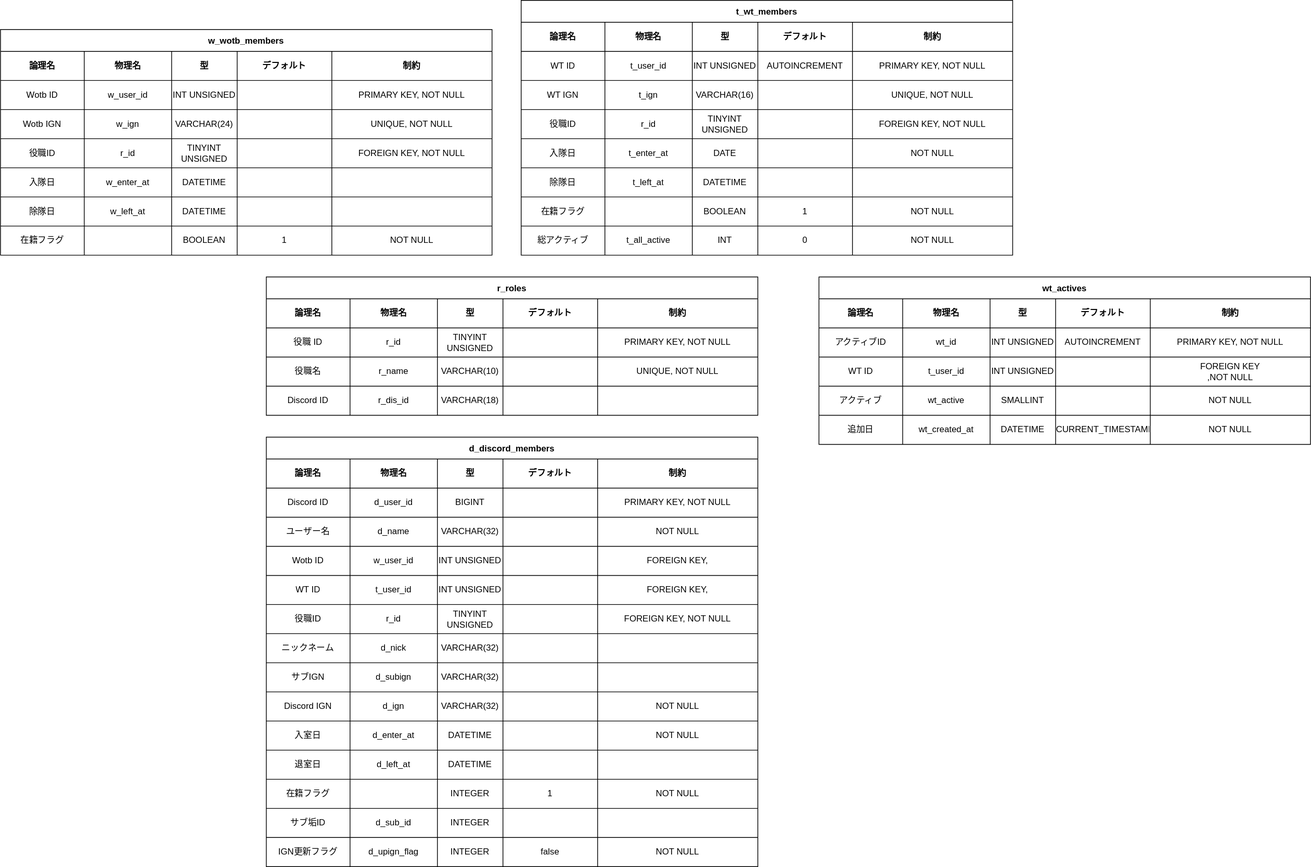
The draw.io diagram doc/DB-Butsuri.drawio.svg in otazero/ClanManagementDiscordBot, before a commit. Source tidied: cells renumbered, new cells last; positions are measured from the earlier drawing's top-left corner, leaving out a move shared by most shapes.
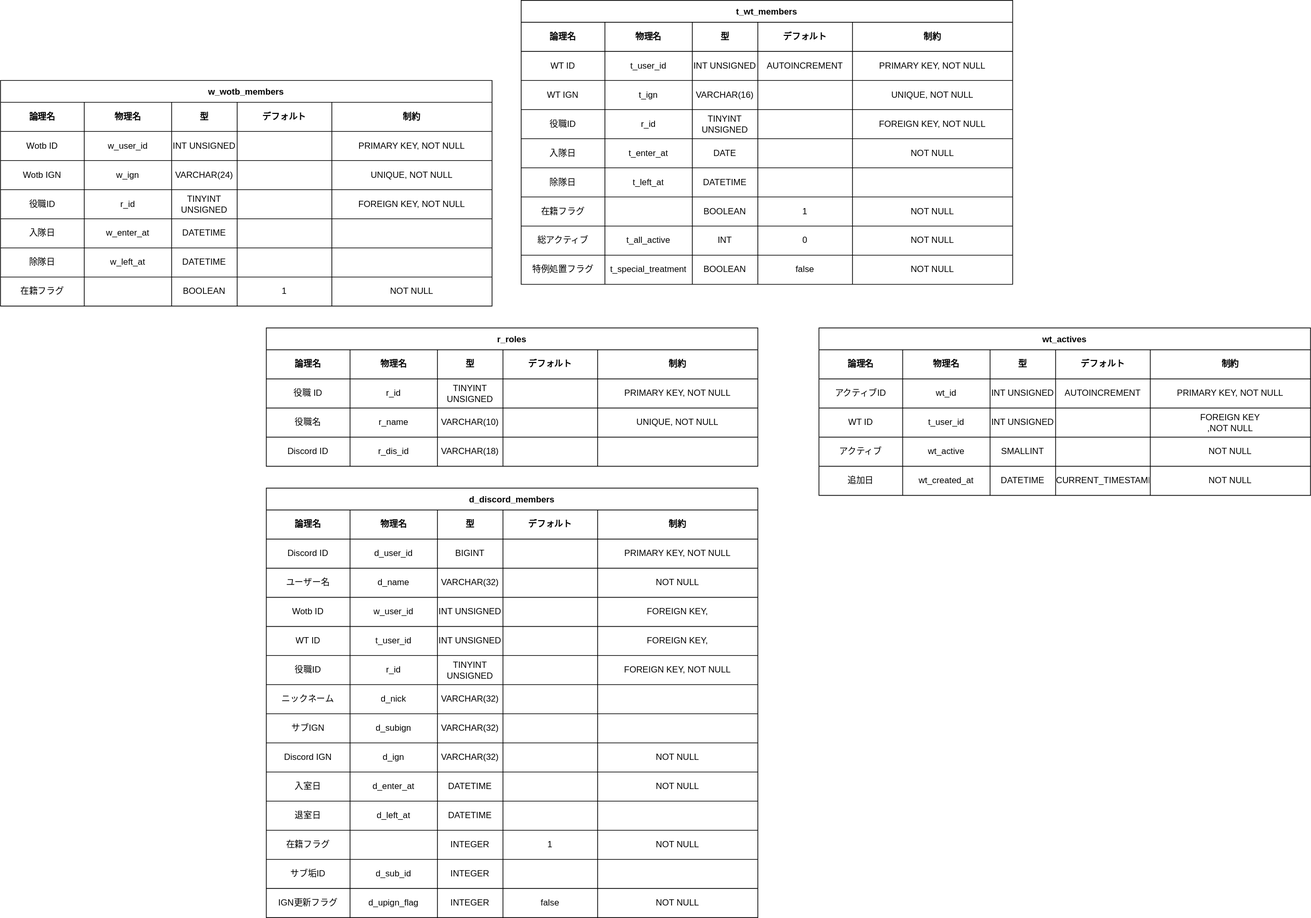
After the commit.

Commit message:
特例処置カラム追加

What changed in the source:
```diff
@@ -147,7 +147,7 @@
       <mxGeometry y="230" width="115" height="40" as="geometry" />
     </mxCell>
     <mxCell id="50" value="t_wt_members" style="shape=table;startSize=30;fontStyle=1;align=center;" parent="1" vertex="1">
-      <mxGeometry x="715" width="675" height="350" as="geometry" />
+      <mxGeometry x="715" y="-70" width="675" height="390" as="geometry" />
     </mxCell>
     <mxCell id="51" style="shape=partialRectangle;html=1;whiteSpace=wrap;fillColor=none;top=0;left=0;bottom=0;right=0;" parent="50" vertex="1">
       <mxGeometry y="30" width="675" height="40" as="geometry" />
@@ -293,6 +293,24 @@
     <mxCell id="98" value="NOT NULL" style="shape=partialRectangle;html=1;whiteSpace=wrap;fillColor=none;top=0;left=0;bottom=0;right=0;overflow=hidden;" parent="93" vertex="1">
       <mxGeometry x="455" width="220" height="40" as="geometry" />
     </mxCell>
+    <mxCell id="240" style="shape=partialRectangle;html=1;whiteSpace=wrap;fillColor=none;top=0;left=0;bottom=0;right=0;" parent="50" vertex="1">
+      <mxGeometry y="350" width="675" height="40" as="geometry" />
+    </mxCell>
+    <mxCell id="241" value="特例処置フラグ" style="shape=partialRectangle;html=1;whiteSpace=wrap;fillColor=none;top=0;left=0;bottom=0;right=0;overflow=hidden;" parent="240" vertex="1">
+      <mxGeometry width="115" height="40" as="geometry" />
+    </mxCell>
+    <mxCell id="242" value="t_special_treatment" style="shape=partialRectangle;html=1;whiteSpace=wrap;fillColor=none;top=0;left=0;bottom=0;right=0;overflow=hidden;" parent="240" vertex="1">
+      <mxGeometry x="115" width="120" height="40" as="geometry" />
+    </mxCell>
+    <mxCell id="243" value="BOOLEAN" style="shape=partialRectangle;html=1;whiteSpace=wrap;fillColor=none;top=0;left=0;bottom=0;right=0;overflow=hidden;" parent="240" vertex="1">
+      <mxGeometry x="235" width="90" height="40" as="geometry" />
+    </mxCell>
+    <mxCell id="244" value="false" style="shape=partialRectangle;html=1;whiteSpace=wrap;fillColor=none;top=0;left=0;bottom=0;right=0;overflow=hidden;" parent="240" vertex="1">
+      <mxGeometry x="325" width="130" height="40" as="geometry" />
+    </mxCell>
+    <mxCell id="245" value="NOT NULL" style="shape=partialRectangle;html=1;whiteSpace=wrap;fillColor=none;top=0;left=0;bottom=0;right=0;overflow=hidden;" parent="240" vertex="1">
+      <mxGeometry x="455" width="220" height="40" as="geometry" />
+    </mxCell>
     <mxCell id="99" value="r_roles" style="shape=table;startSize=30;fontStyle=1;align=center;" parent="1" vertex="1">
       <mxGeometry x="365" y="380" width="675" height="190" as="geometry" />
     </mxCell>
```
